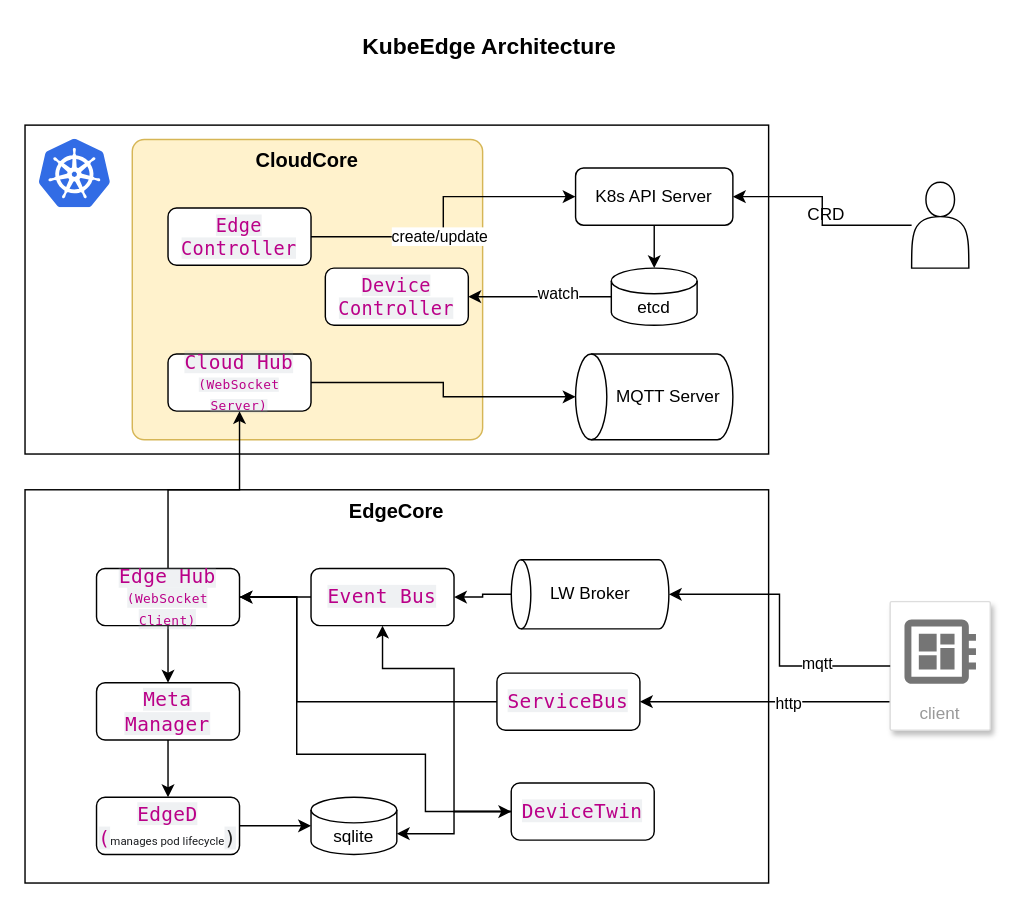
Before: KubeEdge.drawio in gengjie/aws_architecture, a draw.io diagram. Source tidied: cells renumbered, new cells numbered last; positions are measured from the earlier drawing's top-left corner, leaving out a move shared by most shapes. Both pictures are drawn from the tidied source at 143%, with x=0, y=0 at pixel (24, 24).
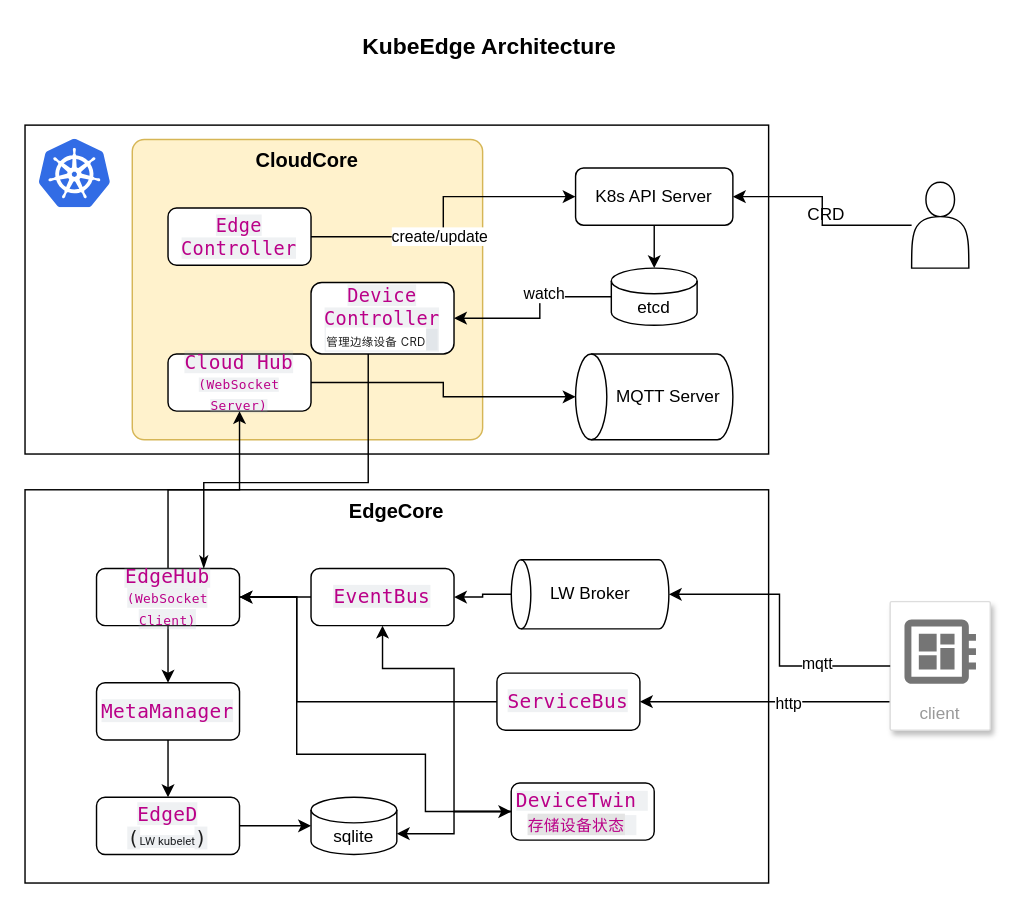
Above is the later version.

Unchanged cells that the change refers to:
```xml
<mxCell id="22" value="etcd" style="shape=cylinder3;whiteSpace=wrap;html=1;boundedLbl=1;backgroundOutline=1;size=8.980804443359375;" parent="1" vertex="1">
  <mxGeometry x="410" y="170" width="60" height="40" as="geometry" />
</mxCell>
```

The edit, as a diff of the source:
```diff
@@
-    <mxCell id="11" value="&lt;div style=&quot;&quot;&gt;&lt;font color=&quot;rgba(0, 0, 0, 0.88)&quot; face=&quot;ui-monospace, SFMono-Regular, SF Mono, Menlo, Consolas, Liberation Mono, monospace&quot;&gt;&lt;span style=&quot;letter-spacing: 0.25px; white-space-collapse: preserve-breaks; background-color: rgba(175, 184, 193, 0.2);&quot;&gt;&lt;span style=&quot;font-size: 13.6px;&quot;&gt;Edge Hub&lt;br&gt;&lt;/span&gt;&lt;font style=&quot;font-size: 9px;&quot;&gt;(WebSocket Client)&lt;/font&gt;&lt;/span&gt;&lt;/font&gt;&lt;/div&gt;" style="rounded=1;whiteSpace=wrap;html=1;align=center;" parent="1" vertex="1">
+    <mxCell id="11" value="&lt;div style=&quot;&quot;&gt;&lt;font color=&quot;rgba(0, 0, 0, 0.88)&quot; face=&quot;ui-monospace, SFMono-Regular, SF Mono, Menlo, Consolas, Liberation Mono, monospace&quot;&gt;&lt;span style=&quot;letter-spacing: 0.25px; white-space-collapse: preserve-breaks; background-color: rgba(175, 184, 193, 0.2);&quot;&gt;&lt;span style=&quot;font-size: 13.6px;&quot;&gt;EdgeHub&lt;br&gt;&lt;/span&gt;&lt;font style=&quot;font-size: 9px;&quot;&gt;(WebSocket Client)&lt;/font&gt;&lt;/span&gt;&lt;/font&gt;&lt;/div&gt;" style="rounded=1;whiteSpace=wrap;html=1;align=center;" parent="1" vertex="1">
       <mxGeometry x="50" y="380" width="100" height="40" as="geometry" />
     </mxCell>
@@
+    <mxCell id="50" style="edgeStyle=orthogonalEdgeStyle;rounded=0;jettySize=auto;html=1;entryX=0.75;entryY=0;entryDx=0;entryDy=0;strokeColor=default;endArrow=classicThin;endFill=1;" parent="1" edge="1" source="16" target="11">
+      <mxGeometry relative="1" as="geometry">
+        <Array as="points">
+          <mxPoint x="240" y="320" />
+          <mxPoint x="125" y="320" />
+        </Array>
+      </mxGeometry>
+    </mxCell>
-    <mxCell id="16" value="&lt;div&gt;&lt;font color=&quot;rgba(0, 0, 0, 0.88)&quot; face=&quot;ui-monospace, SFMono-Regular, SF Mono, Menlo, Consolas, Liberation Mono, monospace&quot;&gt;&lt;span style=&quot;letter-spacing: 0.25px; white-space-collapse: preserve-breaks; background-color: rgba(175, 184, 193, 0.2);&quot;&gt;Device&lt;br&gt;Controller&lt;/span&gt;&lt;/font&gt;&lt;/div&gt;" style="rounded=1;whiteSpace=wrap;html=1;align=center;fontSize=13;" parent="1" vertex="1">
-      <mxGeometry x="210" y="170" width="100" height="40" as="geometry" />
+    <mxCell id="16" value="&lt;font color=&quot;rgba(0, 0, 0, 0.88)&quot; face=&quot;ui-monospace, SFMono-Regular, SF Mono, Menlo, Consolas, Liberation Mono, monospace&quot;&gt;&lt;span style=&quot;letter-spacing: 0.25px; background-color: rgba(175, 184, 193, 0.2);&quot;&gt;&lt;span style=&quot;white-space-collapse: preserve-breaks;&quot;&gt;Device&lt;/span&gt;&lt;br&gt;&lt;span style=&quot;white-space-collapse: preserve-breaks;&quot;&gt;Controller&lt;/span&gt;&lt;br/&gt;&lt;div style=&quot;white-space-collapse: preserve-breaks; background-color: light-dark(rgba(175, 184, 193, 0.2), rgb(73, 81, 89)); text-align: center;&quot;&gt;&lt;span style=&quot;color: light-dark(rgba(0, 0, 0, 0.88), rgb(237, 237, 237)); white-space-collapse: collapse; font-family: Inter, -apple-system, BlinkMacSystemFont, &amp;quot;Segoe UI&amp;quot;, &amp;quot;SF Pro SC&amp;quot;, &amp;quot;SF Pro Display&amp;quot;, &amp;quot;SF Pro Icons&amp;quot;, &amp;quot;PingFang SC&amp;quot;, &amp;quot;Hiragino Sans GB&amp;quot;, &amp;quot;Microsoft YaHei&amp;quot;, &amp;quot;Helvetica Neue&amp;quot;, Helvetica, Arial, &amp;quot;Times New Roman&amp;quot;, &amp;quot;Arial Unicode MS&amp;quot;, &amp;quot;Lucida Sans Unicode&amp;quot;, KaTeX_Main, sans-serif; text-align: start; background-color: rgb(255, 255, 255);&quot;&gt;&lt;font style=&quot;font-size: 8px;&quot;&gt;管理边缘设备 CRD&lt;/font&gt;&lt;/span&gt;&lt;span style=&quot;background-color: light-dark(rgba(175, 184, 193, 0.2), rgb(73, 81, 89)); color: light-dark(rgba(0, 0, 0, 0.88), rgb(237, 237, 237));&quot;&gt;&amp;nbsp;&lt;/span&gt;&lt;/div&gt;&lt;/span&gt;&lt;/font&gt;" style="rounded=1;whiteSpace=wrap;html=1;align=center;fontSize=13;" parent="1" vertex="1">
+      <mxGeometry x="200" y="180" width="100" height="50" as="geometry" />
     </mxCell>
@@
     <mxCell id="20" style="edgeStyle=orthogonalEdgeStyle;rounded=0;jettySize=auto;html=1;entryX=1;entryY=0.5;entryDx=0;entryDy=0;" parent="1" edge="1" source="22" target="16">
       <mxGeometry relative="1" as="geometry">
         <Array as="points">
-          <mxPoint x="340" y="190" />
-          <mxPoint x="340" y="190" />
+          <mxPoint x="360" y="190" />
+          <mxPoint x="360" y="205" />
         </Array>
       </mxGeometry>
     </mxCell>
@@
-    <mxCell id="26" value="&lt;div style=&quot;&quot;&gt;&lt;font face=&quot;ui-monospace, SFMono-Regular, SF Mono, Menlo, Consolas, Liberation Mono, monospace&quot; color=&quot;rgba(0, 0, 0, 0.88)&quot;&gt;&lt;span style=&quot;font-size: 13.6px; letter-spacing: 0.25px; white-space-collapse: preserve-breaks; background-color: rgba(175, 184, 193, 0.2);&quot;&gt;Event Bus&lt;/span&gt;&lt;/font&gt;&lt;/div&gt;" style="rounded=1;whiteSpace=wrap;html=1;align=center;" parent="1" vertex="1">
+    <mxCell id="26" value="&lt;div style=&quot;&quot;&gt;&lt;font face=&quot;ui-monospace, SFMono-Regular, SF Mono, Menlo, Consolas, Liberation Mono, monospace&quot; color=&quot;rgba(0, 0, 0, 0.88)&quot;&gt;&lt;span style=&quot;font-size: 13.6px; letter-spacing: 0.25px; white-space-collapse: preserve-breaks; background-color: rgba(175, 184, 193, 0.2);&quot;&gt;EventBus&lt;/span&gt;&lt;/font&gt;&lt;/div&gt;" style="rounded=1;whiteSpace=wrap;html=1;align=center;" parent="1" vertex="1">
       <mxGeometry x="200" y="380" width="100" height="40" as="geometry" />
     </mxCell>
@@
-    <mxCell id="28" value="&lt;div style=&quot;&quot;&gt;&lt;font face=&quot;ui-monospace, SFMono-Regular, SF Mono, Menlo, Consolas, Liberation Mono, monospace&quot; color=&quot;rgba(0, 0, 0, 0.88)&quot;&gt;&lt;span style=&quot;font-size: 13.6px; letter-spacing: 0.25px; white-space-collapse: preserve-breaks; background-color: rgba(175, 184, 193, 0.2);&quot;&gt;DeviceTwin&lt;/span&gt;&lt;/font&gt;&lt;/div&gt;" style="rounded=1;whiteSpace=wrap;html=1;align=center;" parent="1" vertex="1">
+    <mxCell id="28" value="&lt;div style=&quot;&quot;&gt;&lt;font face=&quot;ui-monospace, SFMono-Regular, SF Mono, Menlo, Consolas, Liberation Mono, monospace&quot; color=&quot;rgba(0, 0, 0, 0.88)&quot;&gt;&lt;span style=&quot;letter-spacing: 0.25px; white-space-collapse: preserve-breaks; background-color: rgba(175, 184, 193, 0.2);&quot;&gt;&lt;span style=&quot;font-size: 13.6px;&quot;&gt;DeviceTwin&amp;nbsp;&lt;br/&gt;&lt;/span&gt;&lt;span style=&quot;font-family: Inter, -apple-system, BlinkMacSystemFont, &amp;quot;Segoe UI&amp;quot;, &amp;quot;SF Pro SC&amp;quot;, &amp;quot;SF Pro Display&amp;quot;, &amp;quot;SF Pro Icons&amp;quot;, &amp;quot;PingFang SC&amp;quot;, &amp;quot;Hiragino Sans GB&amp;quot;, &amp;quot;Microsoft YaHei&amp;quot;, &amp;quot;Helvetica Neue&amp;quot;, Helvetica, Arial, &amp;quot;Times New Roman&amp;quot;, &amp;quot;Arial Unicode MS&amp;quot;, &amp;quot;Lucida Sans Unicode&amp;quot;, KaTeX_Main, sans-serif; text-align: start; white-space-collapse: collapse; background-color: rgb(228, 228, 228);&quot;&gt;&lt;font style=&quot;font-size: 11px;&quot;&gt;存储设备状态&lt;/font&gt;&lt;/span&gt;&lt;span style=&quot;font-size: 13.6px;&quot;&gt;&amp;nbsp;&lt;/span&gt;&lt;/span&gt;&lt;/font&gt;&lt;/div&gt;" style="rounded=1;whiteSpace=wrap;html=1;align=center;" parent="1" vertex="1">
       <mxGeometry x="340" y="530" width="100" height="40" as="geometry" />
     </mxCell>
@@
-    <mxCell id="30" value="&lt;div style=&quot;&quot;&gt;&lt;font face=&quot;ui-monospace, SFMono-Regular, SF Mono, Menlo, Consolas, Liberation Mono, monospace&quot; color=&quot;rgba(0, 0, 0, 0.88)&quot;&gt;&lt;span style=&quot;font-size: 13.6px; letter-spacing: 0.25px; white-space-collapse: preserve-breaks; background-color: rgba(175, 184, 193, 0.2);&quot;&gt;EdgeD&lt;/span&gt;&lt;/font&gt;&lt;/div&gt;&lt;div style=&quot;&quot;&gt;&lt;font face=&quot;ui-monospace, SFMono-Regular, SF Mono, Menlo, Consolas, Liberation Mono, monospace&quot; color=&quot;rgba(0, 0, 0, 0.88)&quot;&gt;&lt;span style=&quot;font-size: 13.6px; letter-spacing: 0.25px; white-space-collapse: preserve-breaks; background-color: rgba(175, 184, 193, 0.2);&quot;&gt;(&lt;/span&gt;&lt;/font&gt;&lt;span style=&quot;color: rgb(28, 30, 33); font-family: Roboto, sans-serif; text-align: start; background-color: transparent;&quot;&gt;&lt;font style=&quot;font-size: 8px;&quot;&gt;manages pod lifecycle&lt;/font&gt;&lt;/span&gt;&lt;span style=&quot;background-color: light-dark(rgba(175, 184, 193, 0.2), rgb(73, 81, 89)); font-size: 13.6px; letter-spacing: 0.25px; white-space-collapse: preserve-breaks; color: light-dark(rgba(0, 0, 0, 0.88), rgb(237, 237, 237)); font-family: ui-monospace, SFMono-Regular, &amp;quot;SF Mono&amp;quot;, Menlo, Consolas, &amp;quot;Liberation Mono&amp;quot;, monospace;&quot;&gt;)&lt;/span&gt;&lt;/div&gt;" style="rounded=1;whiteSpace=wrap;html=1;align=center;" parent="1" vertex="1">
+    <mxCell id="30" value="&lt;div style=&quot;&quot;&gt;&lt;font face=&quot;ui-monospace, SFMono-Regular, SF Mono, Menlo, Consolas, Liberation Mono, monospace&quot; color=&quot;rgba(0, 0, 0, 0.88)&quot;&gt;&lt;span style=&quot;font-size: 13.6px; letter-spacing: 0.25px; white-space-collapse: preserve-breaks; background-color: rgba(175, 184, 193, 0.2);&quot;&gt;EdgeD&lt;/span&gt;&lt;/font&gt;&lt;/div&gt;&lt;div style=&quot;text-align: start;&quot;&gt;&lt;font&gt;&lt;span style=&quot;color: light-dark(rgba(0, 0, 0, 0.88), rgb(237, 237, 237)); font-family: ui-monospace, SFMono-Regular, &amp;quot;SF Mono&amp;quot;, Menlo, Consolas, &amp;quot;Liberation Mono&amp;quot;, monospace; font-size: 13.6px; letter-spacing: 0.25px; white-space-collapse: preserve-breaks; background-color: rgba(175, 184, 193, 0.2);&quot;&gt;(&lt;/span&gt;&lt;span style=&quot;font-size: 8px; background-color: rgba(175, 184, 193, 0.2);&quot;&gt;&lt;font face=&quot;Roboto, sans-serif&quot; color=&quot;#1c1e21&quot;&gt;LW kubelet&lt;/font&gt;&lt;/span&gt;&lt;/font&gt;&lt;span style=&quot;background-color: light-dark(rgba(175, 184, 193, 0.2), rgb(73, 81, 89)); font-size: 13.6px; letter-spacing: 0.25px; white-space-collapse: preserve-breaks; color: light-dark(rgba(0, 0, 0, 0.88), rgb(237, 237, 237)); font-family: ui-monospace, SFMono-Regular, &amp;quot;SF Mono&amp;quot;, Menlo, Consolas, &amp;quot;Liberation Mono&amp;quot;, monospace;&quot;&gt;)&lt;/span&gt;&lt;/div&gt;" style="rounded=1;whiteSpace=wrap;html=1;align=center;" parent="1" vertex="1">
       <mxGeometry x="50" y="540" width="100" height="40" as="geometry" />
     </mxCell>
@@
-    <mxCell id="32" value="&lt;div style=&quot;&quot;&gt;&lt;font face=&quot;ui-monospace, SFMono-Regular, SF Mono, Menlo, Consolas, Liberation Mono, monospace&quot; color=&quot;rgba(0, 0, 0, 0.88)&quot;&gt;&lt;span style=&quot;font-size: 13.6px; letter-spacing: 0.25px; white-space-collapse: preserve-breaks; background-color: rgba(175, 184, 193, 0.2);&quot;&gt;Meta Manager&lt;/span&gt;&lt;/font&gt;&lt;/div&gt;" style="rounded=1;whiteSpace=wrap;html=1;align=center;" parent="1" vertex="1">
+    <mxCell id="32" value="&lt;div style=&quot;&quot;&gt;&lt;font face=&quot;ui-monospace, SFMono-Regular, SF Mono, Menlo, Consolas, Liberation Mono, monospace&quot; color=&quot;rgba(0, 0, 0, 0.88)&quot;&gt;&lt;span style=&quot;font-size: 13.6px; letter-spacing: 0.25px; white-space-collapse: preserve-breaks; background-color: rgba(175, 184, 193, 0.2);&quot;&gt;MetaManager&lt;/span&gt;&lt;/font&gt;&lt;/div&gt;" style="rounded=1;whiteSpace=wrap;html=1;align=center;" parent="1" vertex="1">
       <mxGeometry x="50" y="460" width="100" height="40" as="geometry" />
     </mxCell>
```
